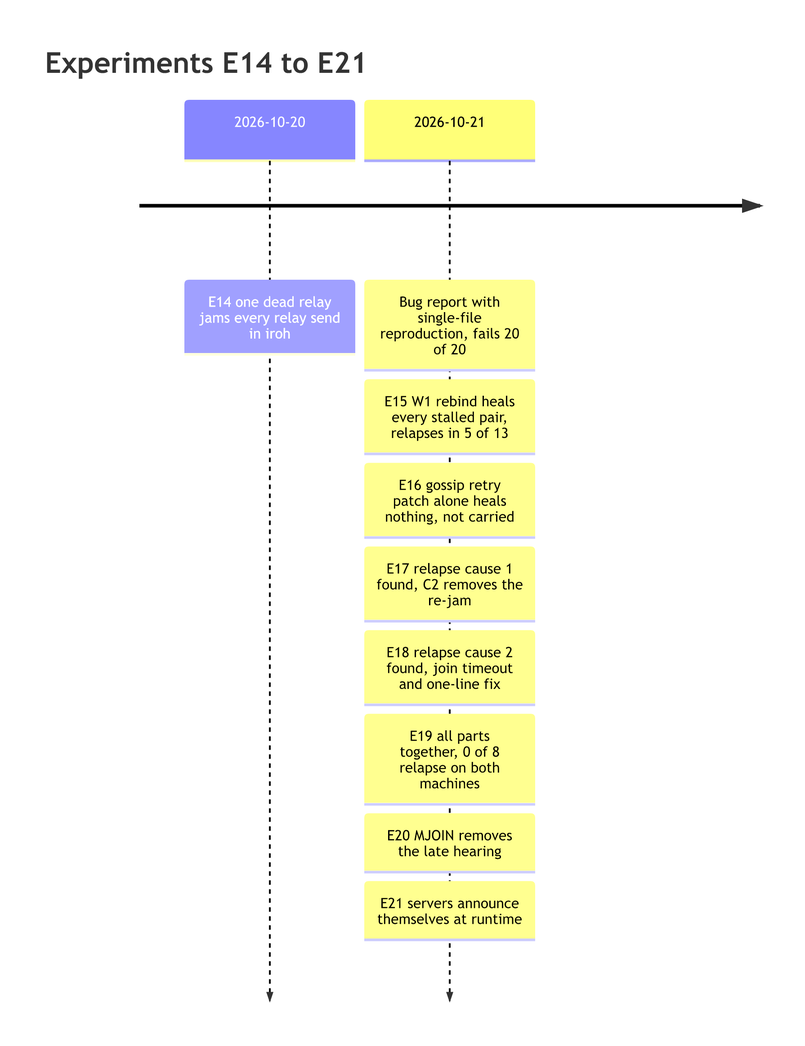
The Mermaid diagram research/stack/showcase/diagram-2.png in the-agents-of-anarchy/marketplace, before a commit. Its source is kept beside it as research/stack/showcase/diagram-2.mmd. Source of this version:
```mermaid
timeline
    title Experiments E14 to E21
    2026-10-20 : E14 one dead relay jams every relay send in iroh
    2026-10-21 : Bug report with single-file reproduction, fails 20 of 20
               : E15 W1 rebind heals every stalled pair, relapses in 5 of 13
               : E16 gossip retry patch alone heals nothing, not carried
               : E17 relapse cause 1 found, C2 removes the re-jam
               : E18 relapse cause 2 found, join timeout and one-line fix
               : E19 all parts together, 0 of 8 relapse on both machines
               : E20 MJOIN removes the late hearing
               : E21 servers announce themselves at runtime
```
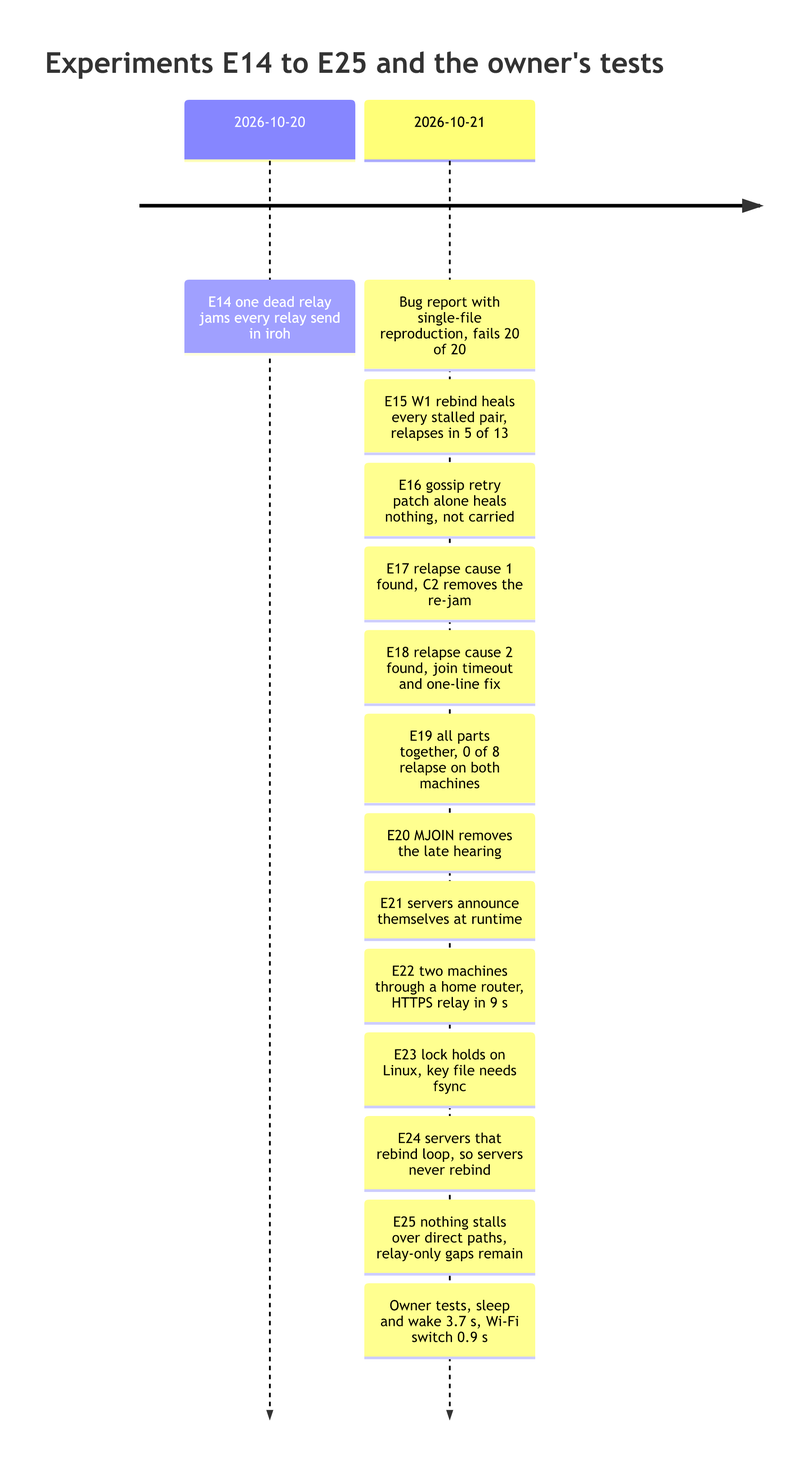
The same file after the commit.

Diff of the diagram source:
```diff
@@ -1,5 +1,5 @@
 timeline
-    title Experiments E14 to E21
+    title Experiments E14 to E25 and the owner's tests
     2026-10-20 : E14 one dead relay jams every relay send in iroh
     2026-10-21 : Bug report with single-file reproduction, fails 20 of 20
                : E15 W1 rebind heals every stalled pair, relapses in 5 of 13
@@ -9,3 +9,8 @@
                : E19 all parts together, 0 of 8 relapse on both machines
                : E20 MJOIN removes the late hearing
                : E21 servers announce themselves at runtime
+               : E22 two machines through a home router, HTTPS relay in 9 s
+               : E23 lock holds on Linux, key file needs fsync
+               : E24 servers that rebind loop, so servers never rebind
+               : E25 nothing stalls over direct paths, relay-only gaps remain
+               : Owner tests, sleep and wake 3.7 s, Wi-Fi switch 0.9 s
```
